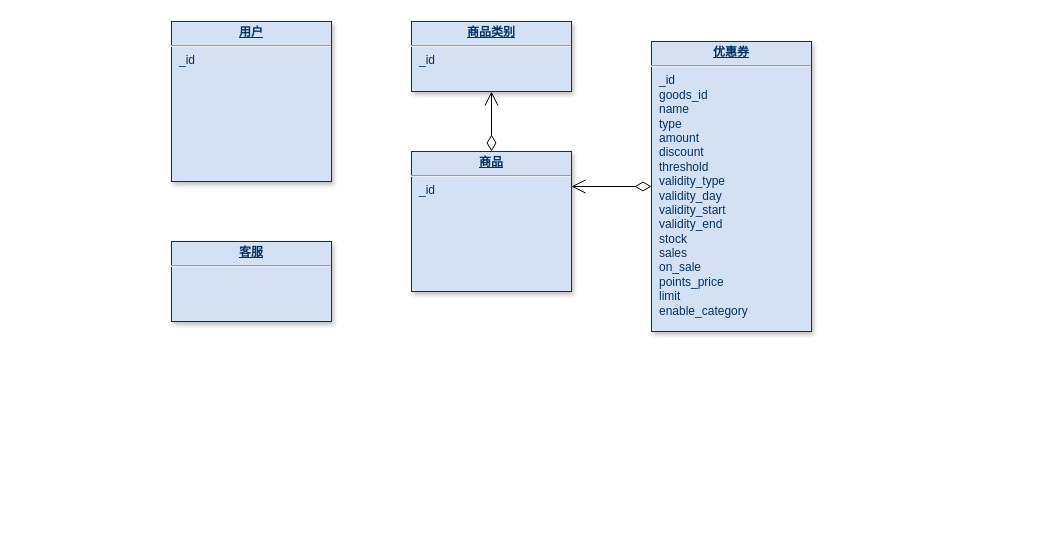
Above: page "数据结构" (1 of 2) of 天空滇源.drawio in jk576/jk576 (draw.io), before the change. Source tidied: cells renumbered, new cells numbered last; positions are measured from the earlier drawing's top-left corner, leaving out a move shared by most shapes. Both pictures are drawn from the tidied source at 100%, with x=0, y=0 at pixel (171, 21).
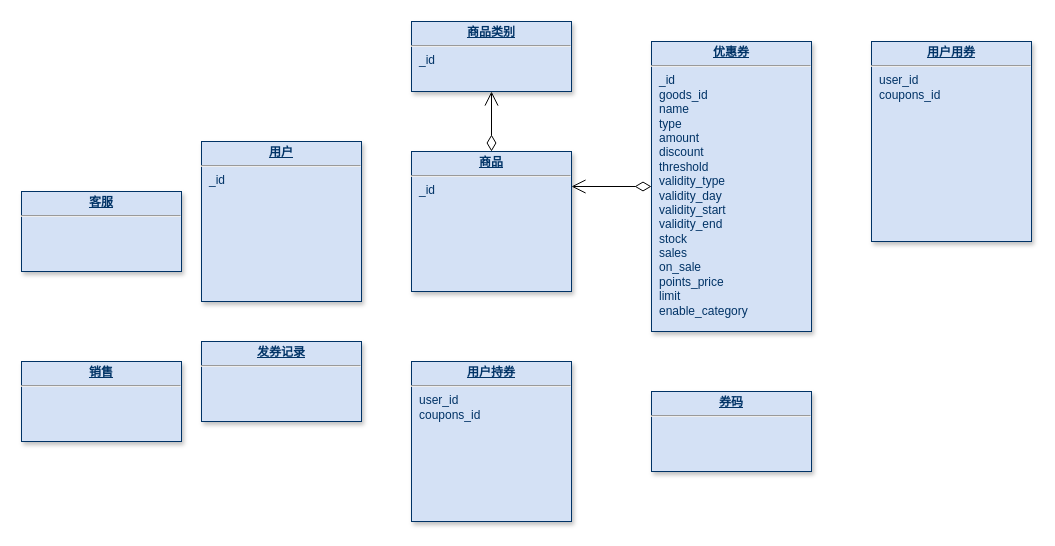
The same diagram, later.

Commit message:
更新天空滇源.drawio

What changed in the source:
```diff
@@
 <mxGraphModel>
   <root>
     <mxCell id="0" />
     <mxCell id="1" parent="0" />
     <mxCell id="2" style="edgeStyle=orthogonalEdgeStyle;rounded=0;jettySize=auto;html=1;entryX=0.5;entryY=1;entryDx=0;entryDy=0;endArrow=open;endSize=12;startArrow=diamondThin;startSize=14;startFill=0;" parent="1" edge="1" source="3" target="7">
       <mxGeometry relative="1" as="geometry" />
     </mxCell>
     <mxCell id="3" value="&lt;p style=&quot;margin: 0px; margin-top: 4px; text-align: center; text-decoration: underline;&quot;&gt;&lt;strong&gt;商品&lt;/strong&gt;&lt;/p&gt;&lt;hr&gt;&lt;p style=&quot;margin: 0px; margin-left: 8px;&quot;&gt;_id&lt;/p&gt;" style="verticalAlign=top;align=left;overflow=fill;fontSize=12;fontFamily=Helvetica;html=1;strokeColor=#003366;shadow=1;fillColor=#D4E1F5;fontColor=#003366;" parent="1" vertex="1">
       <mxGeometry x="240" y="130" width="160" height="140" as="geometry" />
     </mxCell>
     <mxCell id="4" value="&lt;p style=&quot;margin: 0px; margin-top: 4px; text-align: center; text-decoration: underline;&quot;&gt;&lt;strong&gt;用户&lt;/strong&gt;&lt;/p&gt;&lt;hr&gt;&lt;p style=&quot;margin: 0px; margin-left: 8px;&quot;&gt;_id&lt;/p&gt;" style="verticalAlign=top;align=left;overflow=fill;fontSize=12;fontFamily=Helvetica;html=1;strokeColor=#003366;shadow=1;fillColor=#D4E1F5;fontColor=#003366;" parent="1" vertex="1">
-      <mxGeometry width="160" height="160" as="geometry" />
+      <mxGeometry x="30" y="120" width="160" height="160" as="geometry" />
     </mxCell>
     <mxCell id="5" style="edgeStyle=orthogonalEdgeStyle;rounded=0;jettySize=auto;html=1;entryX=1;entryY=0.25;entryDx=0;entryDy=0;endArrow=open;endSize=12;startArrow=diamondThin;startSize=14;startFill=0;" parent="1" edge="1" source="6" target="3">
       <mxGeometry relative="1" as="geometry" />
     </mxCell>
     <mxCell id="6" value="&lt;p style=&quot;margin: 0px; margin-top: 4px; text-align: center; text-decoration: underline;&quot;&gt;&lt;strong&gt;优惠券&lt;/strong&gt;&lt;/p&gt;&lt;hr&gt;&lt;p style=&quot;margin: 0px; margin-left: 8px;&quot;&gt;_id&lt;/p&gt;&lt;p style=&quot;margin: 0px; margin-left: 8px;&quot;&gt;goods_id&lt;/p&gt;&lt;p style=&quot;margin: 0px; margin-left: 8px;&quot;&gt;name&lt;/p&gt;&lt;p style=&quot;margin: 0px; margin-left: 8px;&quot;&gt;type&lt;/p&gt;&lt;p style=&quot;margin: 0px; margin-left: 8px;&quot;&gt;amount&lt;/p&gt;&lt;p style=&quot;margin: 0px; margin-left: 8px;&quot;&gt;discount&lt;/p&gt;&lt;p style=&quot;margin: 0px; margin-left: 8px;&quot;&gt;threshold&lt;/p&gt;&lt;p style=&quot;margin: 0px; margin-left: 8px;&quot;&gt;validity_type&lt;/p&gt;&lt;p style=&quot;margin: 0px; margin-left: 8px;&quot;&gt;validity_day&lt;/p&gt;&lt;p style=&quot;margin: 0px; margin-left: 8px;&quot;&gt;validity_start&lt;/p&gt;&lt;p style=&quot;margin: 0px; margin-left: 8px;&quot;&gt;validity_end&lt;/p&gt;&lt;p style=&quot;margin: 0px; margin-left: 8px;&quot;&gt;stock&lt;/p&gt;&lt;p style=&quot;margin: 0px; margin-left: 8px;&quot;&gt;sales&lt;/p&gt;&lt;p style=&quot;margin: 0px; margin-left: 8px;&quot;&gt;on_sale&lt;/p&gt;&lt;p style=&quot;margin: 0px; margin-left: 8px;&quot;&gt;points_price&lt;/p&gt;&lt;p style=&quot;margin: 0px; margin-left: 8px;&quot;&gt;limit&lt;/p&gt;&lt;p style=&quot;margin: 0px; margin-left: 8px;&quot;&gt;enable_category&lt;/p&gt;" style="verticalAlign=top;align=left;overflow=fill;fontSize=12;fontFamily=Helvetica;html=1;strokeColor=#003366;shadow=1;fillColor=#D4E1F5;fontColor=#003366;" parent="1" vertex="1">
       <mxGeometry x="480" y="20" width="160" height="290" as="geometry" />
     </mxCell>
     <mxCell id="7" value="&lt;p style=&quot;margin: 0px; margin-top: 4px; text-align: center; text-decoration: underline;&quot;&gt;&lt;strong&gt;商品类别&lt;/strong&gt;&lt;/p&gt;&lt;hr&gt;&lt;p style=&quot;margin: 0px; margin-left: 8px;&quot;&gt;_id&lt;/p&gt;" style="verticalAlign=top;align=left;overflow=fill;fontSize=12;fontFamily=Helvetica;html=1;strokeColor=#003366;shadow=1;fillColor=#D4E1F5;fontColor=#003366;" parent="1" vertex="1">
       <mxGeometry x="240" width="160" height="70" as="geometry" />
     </mxCell>
     <mxCell id="8" value="&lt;p style=&quot;margin: 0px; margin-top: 4px; text-align: center; text-decoration: underline;&quot;&gt;&lt;strong&gt;客服&lt;/strong&gt;&lt;/p&gt;&lt;hr&gt;&lt;p style=&quot;margin: 0px; margin-left: 8px;&quot;&gt;&lt;br&gt;&lt;/p&gt;" style="verticalAlign=top;align=left;overflow=fill;fontSize=12;fontFamily=Helvetica;html=1;strokeColor=#003366;shadow=1;fillColor=#D4E1F5;fontColor=#003366;" parent="1" vertex="1">
-      <mxGeometry y="220" width="160" height="80" as="geometry" />
+      <mxGeometry x="-150" y="170" width="160" height="80" as="geometry" />
     </mxCell>
+    <mxCell id="9" value="&lt;p style=&quot;margin: 0px; margin-top: 4px; text-align: center; text-decoration: underline;&quot;&gt;&lt;strong&gt;用户持券&lt;/strong&gt;&lt;/p&gt;&lt;hr&gt;&lt;p style=&quot;margin: 0px; margin-left: 8px;&quot;&gt;user_id&lt;/p&gt;&lt;p style=&quot;margin: 0px; margin-left: 8px;&quot;&gt;coupons_id&lt;/p&gt;&lt;p style=&quot;margin: 0px; margin-left: 8px;&quot;&gt;&lt;br&gt;&lt;/p&gt;" style="verticalAlign=top;align=left;overflow=fill;fontSize=12;fontFamily=Helvetica;html=1;strokeColor=#003366;shadow=1;fillColor=#D4E1F5;fontColor=#003366;" parent="1" vertex="1">
+      <mxGeometry x="240" y="340" width="160" height="160" as="geometry" />
+    </mxCell>
+    <mxCell id="10" value="&lt;p style=&quot;margin: 0px; margin-top: 4px; text-align: center; text-decoration: underline;&quot;&gt;&lt;b&gt;券码&lt;/b&gt;&lt;/p&gt;&lt;hr&gt;&lt;p style=&quot;margin: 0px; margin-left: 8px;&quot;&gt;&lt;br&gt;&lt;/p&gt;" style="verticalAlign=top;align=left;overflow=fill;fontSize=12;fontFamily=Helvetica;html=1;strokeColor=#003366;shadow=1;fillColor=#D4E1F5;fontColor=#003366;" parent="1" vertex="1">
+      <mxGeometry x="480" y="370" width="160" height="80" as="geometry" />
+    </mxCell>
+    <mxCell id="11" value="&lt;p style=&quot;margin: 0px; margin-top: 4px; text-align: center; text-decoration: underline;&quot;&gt;&lt;strong&gt;用户用券&lt;/strong&gt;&lt;/p&gt;&lt;hr&gt;&lt;p style=&quot;margin: 0px; margin-left: 8px;&quot;&gt;user_id&lt;/p&gt;&lt;p style=&quot;margin: 0px; margin-left: 8px;&quot;&gt;coupons_id&lt;/p&gt;&lt;p style=&quot;margin: 0px; margin-left: 8px;&quot;&gt;&lt;br&gt;&lt;/p&gt;" style="verticalAlign=top;align=left;overflow=fill;fontSize=12;fontFamily=Helvetica;html=1;strokeColor=#003366;shadow=1;fillColor=#D4E1F5;fontColor=#003366;" parent="1" vertex="1">
+      <mxGeometry x="700" y="20" width="160" height="200" as="geometry" />
+    </mxCell>
+    <mxCell id="12" value="&lt;p style=&quot;margin: 0px; margin-top: 4px; text-align: center; text-decoration: underline;&quot;&gt;&lt;b&gt;销售&lt;/b&gt;&lt;/p&gt;&lt;hr&gt;&lt;p style=&quot;margin: 0px; margin-left: 8px;&quot;&gt;&lt;br&gt;&lt;/p&gt;" style="verticalAlign=top;align=left;overflow=fill;fontSize=12;fontFamily=Helvetica;html=1;strokeColor=#003366;shadow=1;fillColor=#D4E1F5;fontColor=#003366;" parent="1" vertex="1">
+      <mxGeometry x="-150" y="340" width="160" height="80" as="geometry" />
+    </mxCell>
+    <mxCell id="13" value="&lt;p style=&quot;margin: 0px; margin-top: 4px; text-align: center; text-decoration: underline;&quot;&gt;&lt;strong&gt;发券记录&lt;/strong&gt;&lt;/p&gt;&lt;hr&gt;&lt;p style=&quot;margin: 0px; margin-left: 8px;&quot;&gt;&lt;br&gt;&lt;/p&gt;" style="verticalAlign=top;align=left;overflow=fill;fontSize=12;fontFamily=Helvetica;html=1;strokeColor=#003366;shadow=1;fillColor=#D4E1F5;fontColor=#003366;" parent="1" vertex="1">
+      <mxGeometry x="30" y="320" width="160" height="80" as="geometry" />
+    </mxCell>
   </root>
 </mxGraphModel>
```
